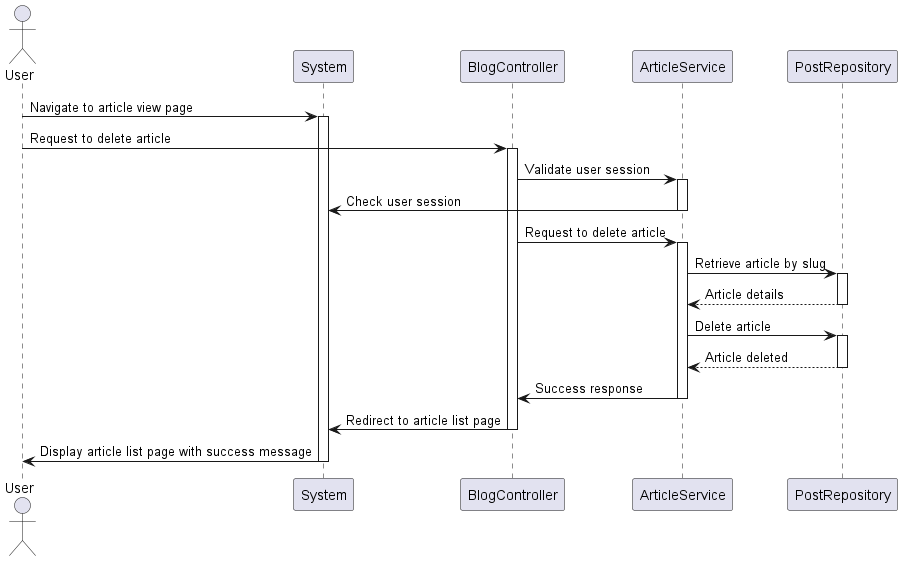
Earlier version of the PlantUML export diagrammes/diagrammes de séquences/delete_article.png (Waarrez/Blog-PHP-Projet-Openclassrooms). Source of this version:
```plantuml
@startuml

actor User as User
participant "System" as System
participant BlogController as Controller
participant ArticleService as ArticleService
participant PostRepository as PostRepo

User -> System: Navigate to article view page
activate System

User -> Controller: Request to delete article
activate Controller

Controller -> ArticleService: Validate user session
activate ArticleService

ArticleService -> System: Check user session
deactivate ArticleService

Controller -> ArticleService: Request to delete article
activate ArticleService

ArticleService -> PostRepo: Retrieve article by slug
activate PostRepo
PostRepo --> ArticleService: Article details
deactivate PostRepo

ArticleService -> PostRepo: Delete article
activate PostRepo
PostRepo --> ArticleService: Article deleted
deactivate PostRepo

ArticleService -> Controller: Success response
deactivate ArticleService

Controller -> System: Redirect to article list page
deactivate Controller

System -> User: Display article list page with success message

deactivate System
@enduml
```
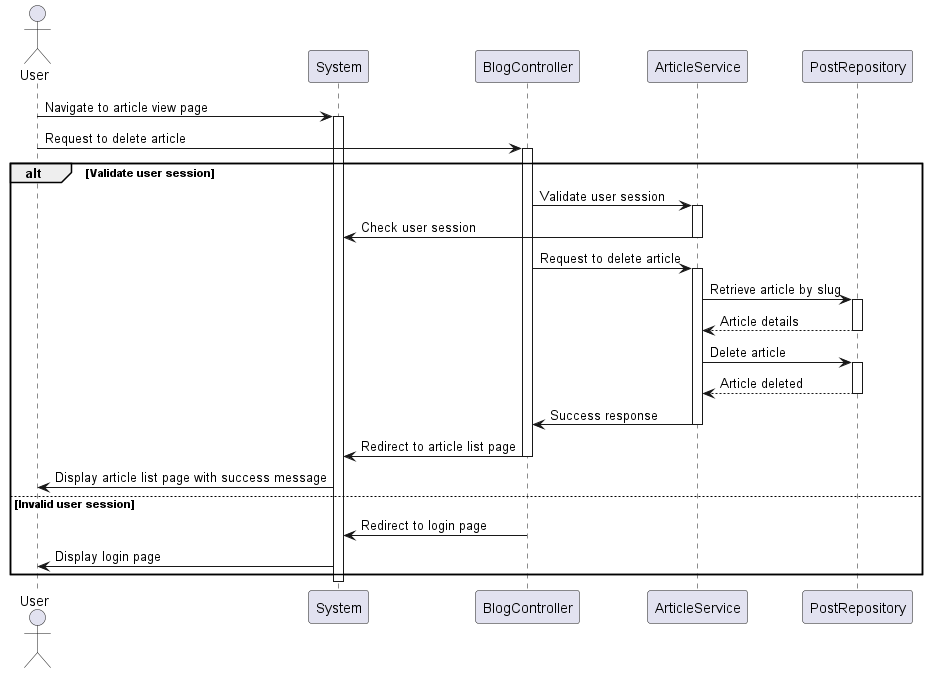
The same file after the commit.

The edit, as a diff of the source:
```diff
@@ -12,32 +12,40 @@
 User -> Controller: Request to delete article
 activate Controller
 
-Controller -> ArticleService: Validate user session
-activate ArticleService
+alt Validate user session
+    Controller -> ArticleService: Validate user session
+    activate ArticleService
 
-ArticleService -> System: Check user session
-deactivate ArticleService
+    ArticleService -> System: Check user session
+    deactivate ArticleService
 
-Controller -> ArticleService: Request to delete article
-activate ArticleService
+    Controller -> ArticleService: Request to delete article
+    activate ArticleService
 
-ArticleService -> PostRepo: Retrieve article by slug
-activate PostRepo
-PostRepo --> ArticleService: Article details
-deactivate PostRepo
+    ArticleService -> PostRepo: Retrieve article by slug
+    activate PostRepo
+    PostRepo --> ArticleService: Article details
+    deactivate PostRepo
 
-ArticleService -> PostRepo: Delete article
-activate PostRepo
-PostRepo --> ArticleService: Article deleted
-deactivate PostRepo
+    ArticleService -> PostRepo: Delete article
+    activate PostRepo
+    PostRepo --> ArticleService: Article deleted
+    deactivate PostRepo
 
-ArticleService -> Controller: Success response
-deactivate ArticleService
+    ArticleService -> Controller: Success response
+    deactivate ArticleService
 
-Controller -> System: Redirect to article list page
-deactivate Controller
+    Controller -> System: Redirect to article list page
+    deactivate Controller
 
-System -> User: Display article list page with success message
+    System -> User: Display article list page with success message
+else Invalid user session
+    Controller -> System: Redirect to login page
+    deactivate Controller
+
+    System -> User: Display login page
+end
 
 deactivate System
+
 @enduml
```
